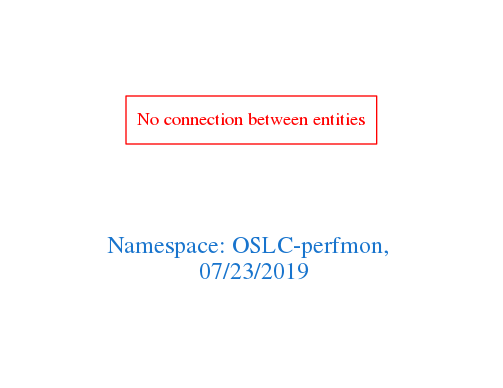
The Graphviz diagram downloads/OSLC-perfmon.png in arago/OGIT, before a commit. Its source is kept beside it as downloads/OSLC-perfmon.dot.
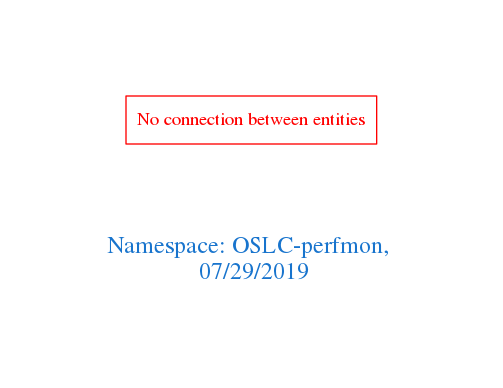
The same file after the commit.

What changed in the source:
```diff
@@ -1,7 +1,7 @@
 digraph OGIT_ontology {
  graph [ rankdir= LR,pad=1
 fontsize = 18,
-fontcolor= dodgerblue3,label = "\n\n\nNamespace: OSLC-perfmon, \n 07/23/2019"];
+fontcolor= dodgerblue3,label = "\n\n\nNamespace: OSLC-perfmon, \n 07/29/2019"];
 node[shape=polygon];
 edge [  color="gray81"];
 
```
